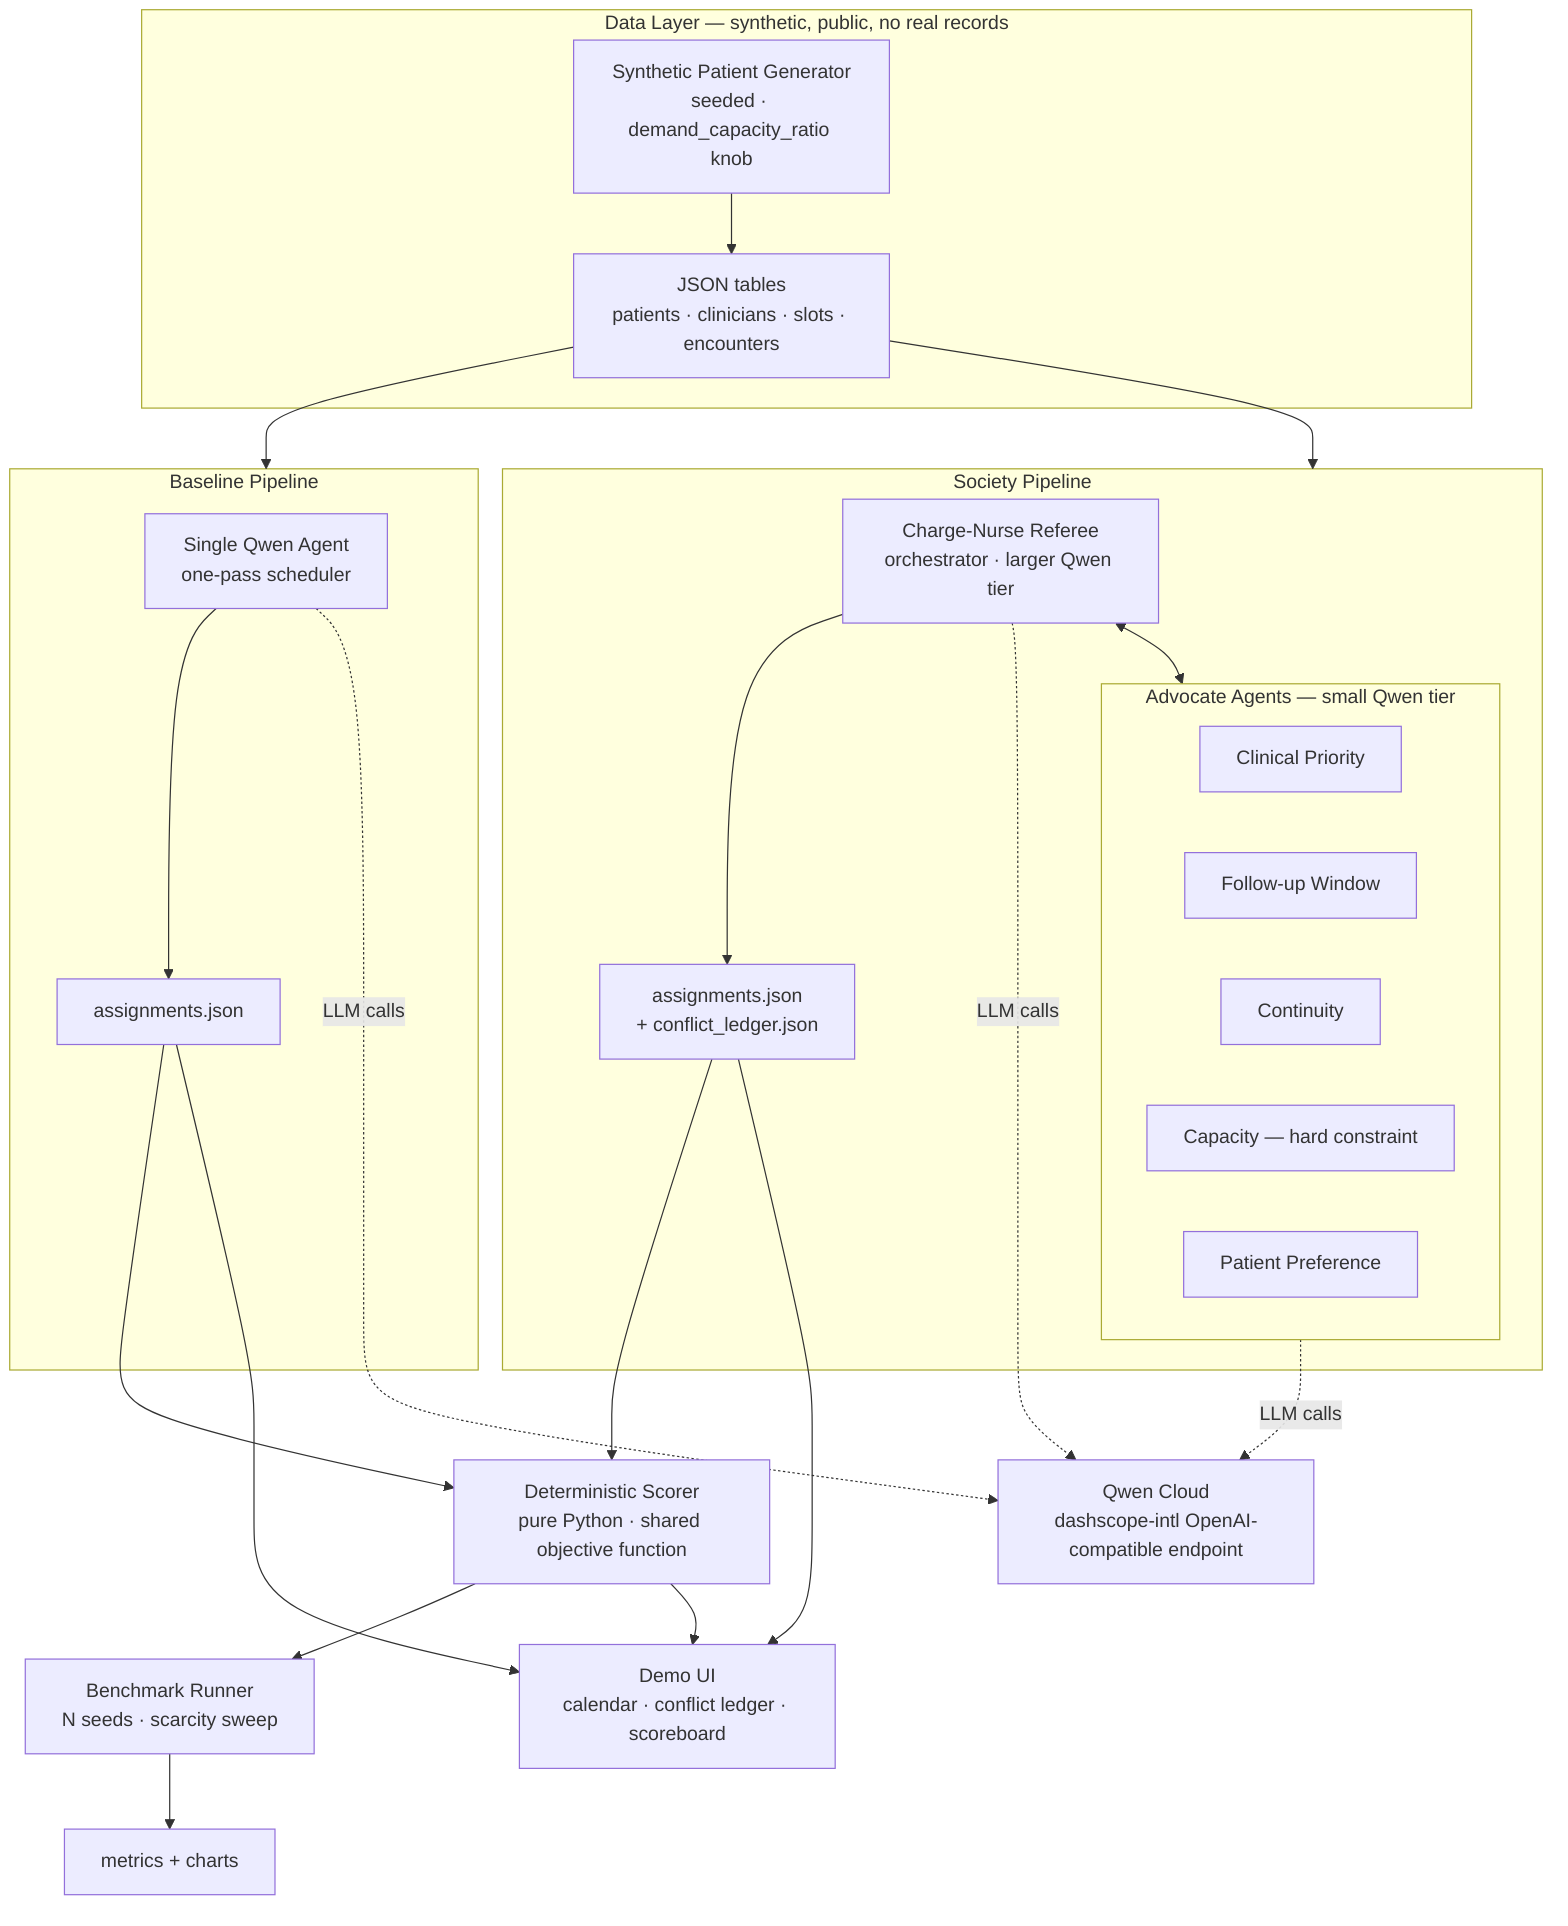
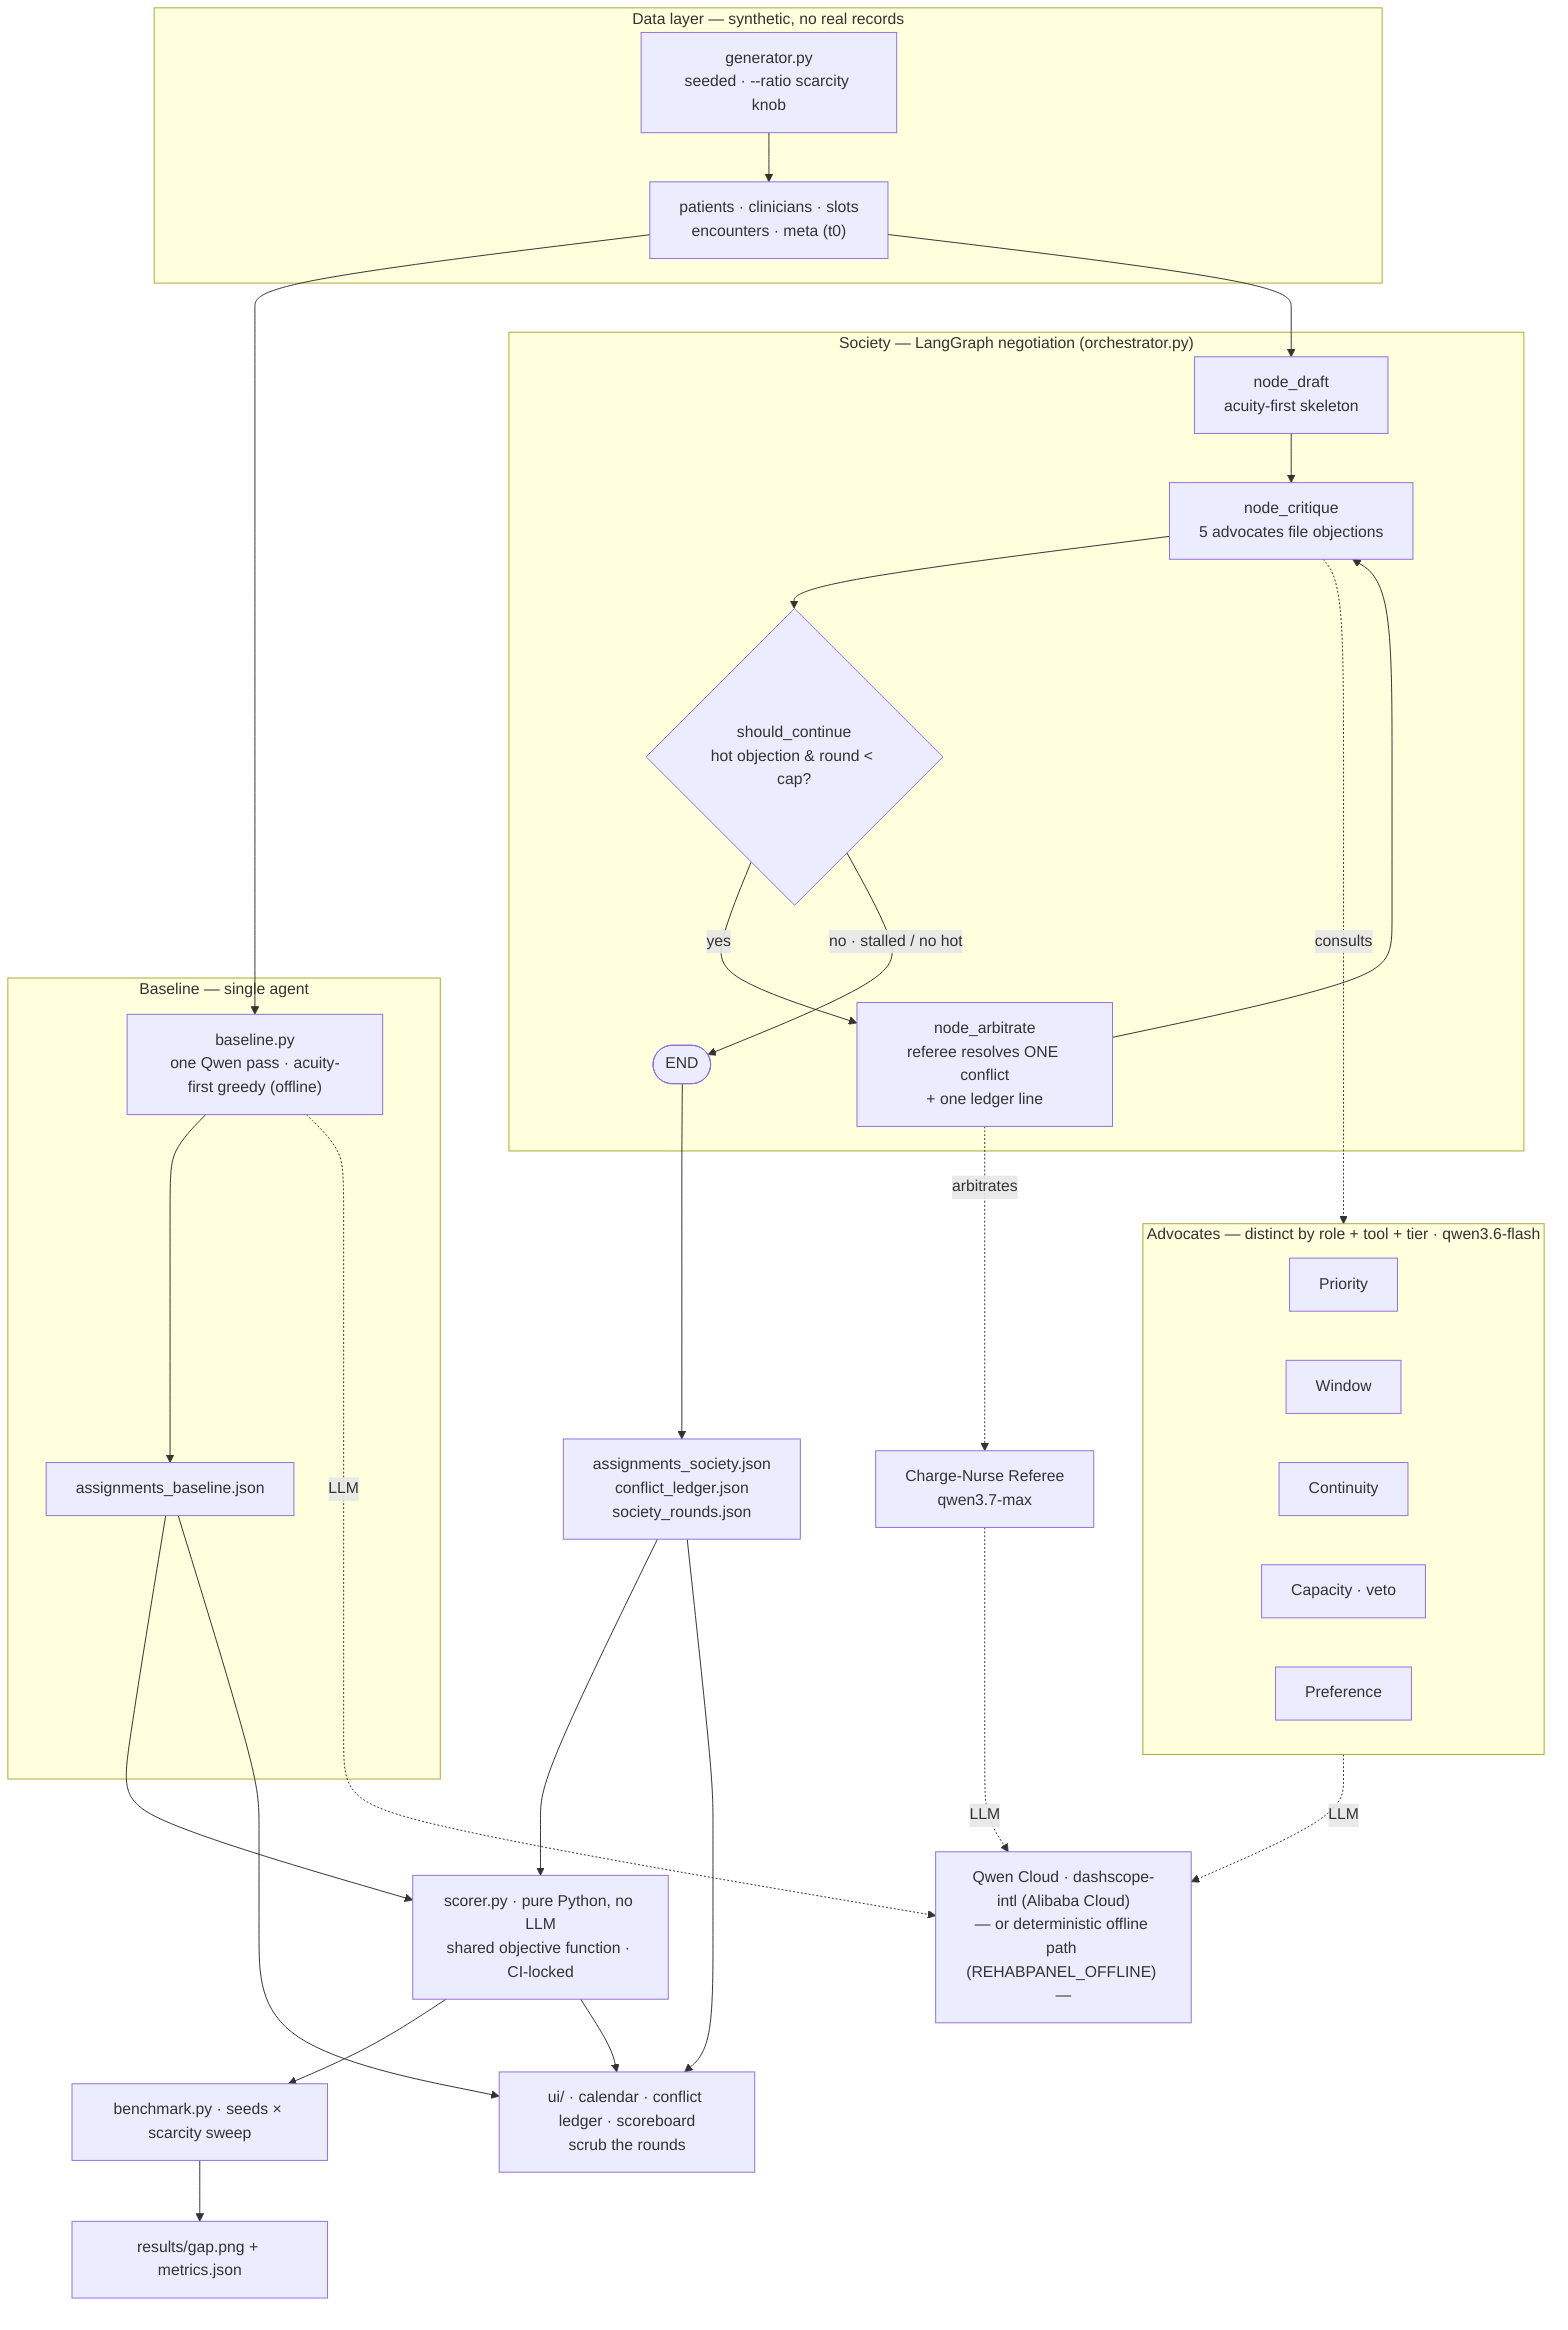
flowchart TB
-     subgraph DATA["Data Layer — synthetic, public, no real records"]
-         GEN["Synthetic Patient Generator<br/>seeded · demand_capacity_ratio knob"]
-         TABLES["JSON tables<br/>patients · clinicians · slots · encounters"]
-         GEN --> TABLES
+     subgraph DATA["Data layer — synthetic, no real records"]
+         GEN["generator.py<br/>seeded · --ratio scarcity knob"]
+         TBL["patients · clinicians · slots<br/>encounters · meta (t0)"]
+         GEN --> TBL
    end

-     TABLES --> BASE
-     TABLES --> SOC
+     TBL --> B1
+     TBL --> DR

-     subgraph BASE["Baseline Pipeline"]
-         B1["Single Qwen Agent<br/>one-pass scheduler"]
-         B1 --> BOUT["assignments.json"]
+     subgraph BASE["Baseline — single agent"]
+         B1["baseline.py<br/>one Qwen pass · acuity-first greedy (offline)"]
+         B1 --> BOUT["assignments_baseline.json"]
    end

-     subgraph SOC["Society Pipeline"]
-         ORCH["Charge-Nurse Referee<br/>orchestrator · larger Qwen tier"]
-         subgraph ADV["Advocate Agents — small Qwen tier"]
-             A1["Clinical Priority"]
-             A2["Follow-up Window"]
-             A3["Continuity"]
-             A4["Capacity — hard constraint"]
-             A5["Patient Preference"]
-         end
-         ORCH <--> ADV
-         ORCH --> SOUT["assignments.json<br/>+ conflict_ledger.json"]
+     subgraph SOC["Society — LangGraph negotiation (orchestrator.py)"]
+         DR["node_draft<br/>acuity-first skeleton"]
+         CR["node_critique<br/>5 advocates file objections"]
+         CD{"should_continue<br/>hot objection &amp; round &lt; cap?"}
+         AR["node_arbitrate<br/>referee resolves ONE conflict<br/>+ one ledger line"]
+         EN(["END"])
+         DR --> CR
+         CR --> CD
+         CD -- yes --> AR
+         AR --> CR
+         CD -- "no · stalled / no hot" --> EN
    end

-     QWEN["Qwen Cloud<br/>dashscope-intl OpenAI-compatible endpoint"]
-     B1 -. LLM calls .-> QWEN
-     ORCH -. LLM calls .-> QWEN
-     ADV -. LLM calls .-> QWEN
+     subgraph ADV["Advocates — distinct by role + tool + tier · qwen3.6-flash"]
+         A1["Priority"]
+         A2["Window"]
+         A3["Continuity"]
+         A4["Capacity · veto"]
+         A5["Preference"]
+     end
+     CR -. consults .-> ADV
+     AR -. arbitrates .-> REF["Charge-Nurse Referee<br/>qwen3.7-max"]
+ 
+     EN --> SOUT["assignments_society.json<br/>conflict_ledger.json<br/>society_rounds.json"]
+ 
+     QWEN["Qwen Cloud · dashscope-intl (Alibaba Cloud)<br/>— or deterministic offline path (REHABPANEL_OFFLINE) —"]
+     B1 -. LLM .-> QWEN
+     ADV -. LLM .-> QWEN
+     REF -. LLM .-> QWEN

    BOUT --> SCORE
    SOUT --> SCORE
-     SCORE["Deterministic Scorer<br/>pure Python · shared objective function"]
-     SCORE --> BENCH["Benchmark Runner<br/>N seeds · scarcity sweep"]
-     BENCH --> RESULTS["metrics + charts"]
+     SCORE["scorer.py · pure Python, no LLM<br/>shared objective function · CI-locked"]
+     SCORE --> BENCH["benchmark.py · seeds × scarcity sweep"]
+     BENCH --> RES["results/gap.png + metrics.json"]

-     SOUT --> UI["Demo UI<br/>calendar · conflict ledger · scoreboard"]
+     SOUT --> UI["ui/ · calendar · conflict ledger · scoreboard<br/>scrub the rounds"]
    BOUT --> UI
    SCORE --> UI
